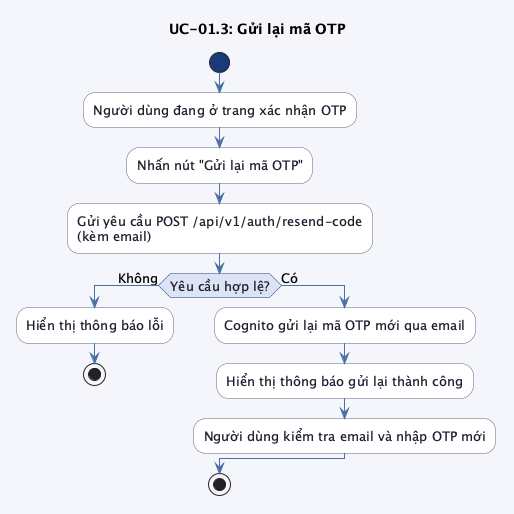
Above: src/images/chap3/activity_uc01_3.png in trongnhan34vn/trello-report (PlantUML), before the change.
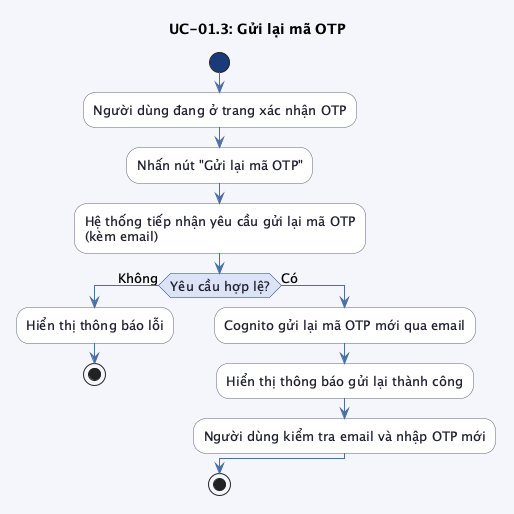
The same file after the commit.

Change to the diagram source:
```diff
@@ -21,7 +21,7 @@
 
 :Người dùng đang ở trang xác nhận OTP;
 :Nhấn nút "Gửi lại mã OTP";
-:Gửi yêu cầu POST /api/v1/auth/resend-code\n(kèm email);
+:Hệ thống tiếp nhận yêu cầu gửi lại mã OTP\n(kèm email);
 
 if (Yêu cầu hợp lệ?) then (Không)
     :Hiển thị thông báo lỗi;
```
